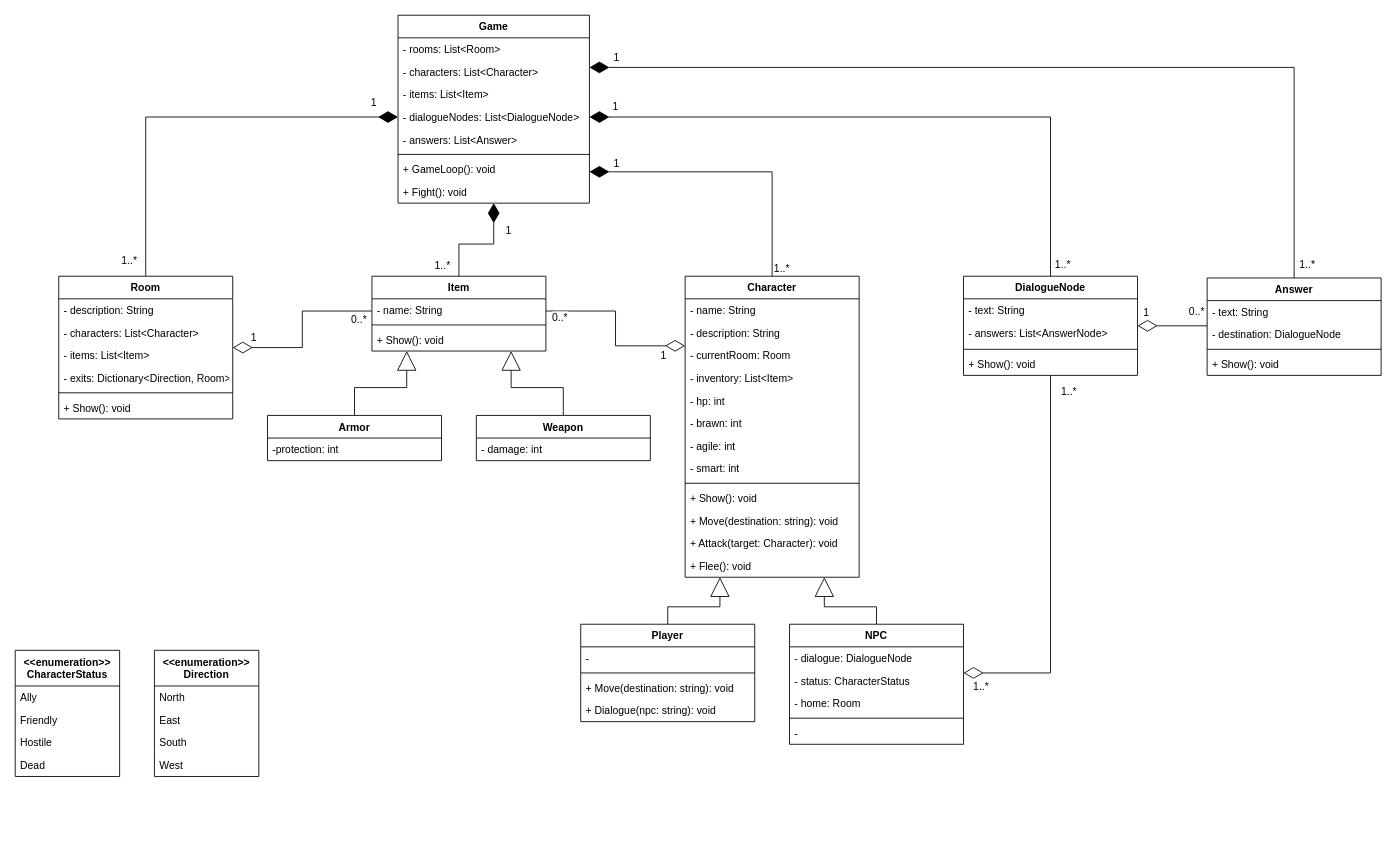
Before: page "Classes" (2 of 3) of Diagrams/Legends of Antir Diagrams.drawio in qogoist/LegendsOfAntir, a draw.io diagram. Source tidied: cells renumbered, new cells numbered last; positions are measured from the earlier drawing's top-left corner, leaving out a move shared by most shapes. Both pictures are drawn from the tidied source at 87%, with x=0, y=0 at pixel (15, 15).
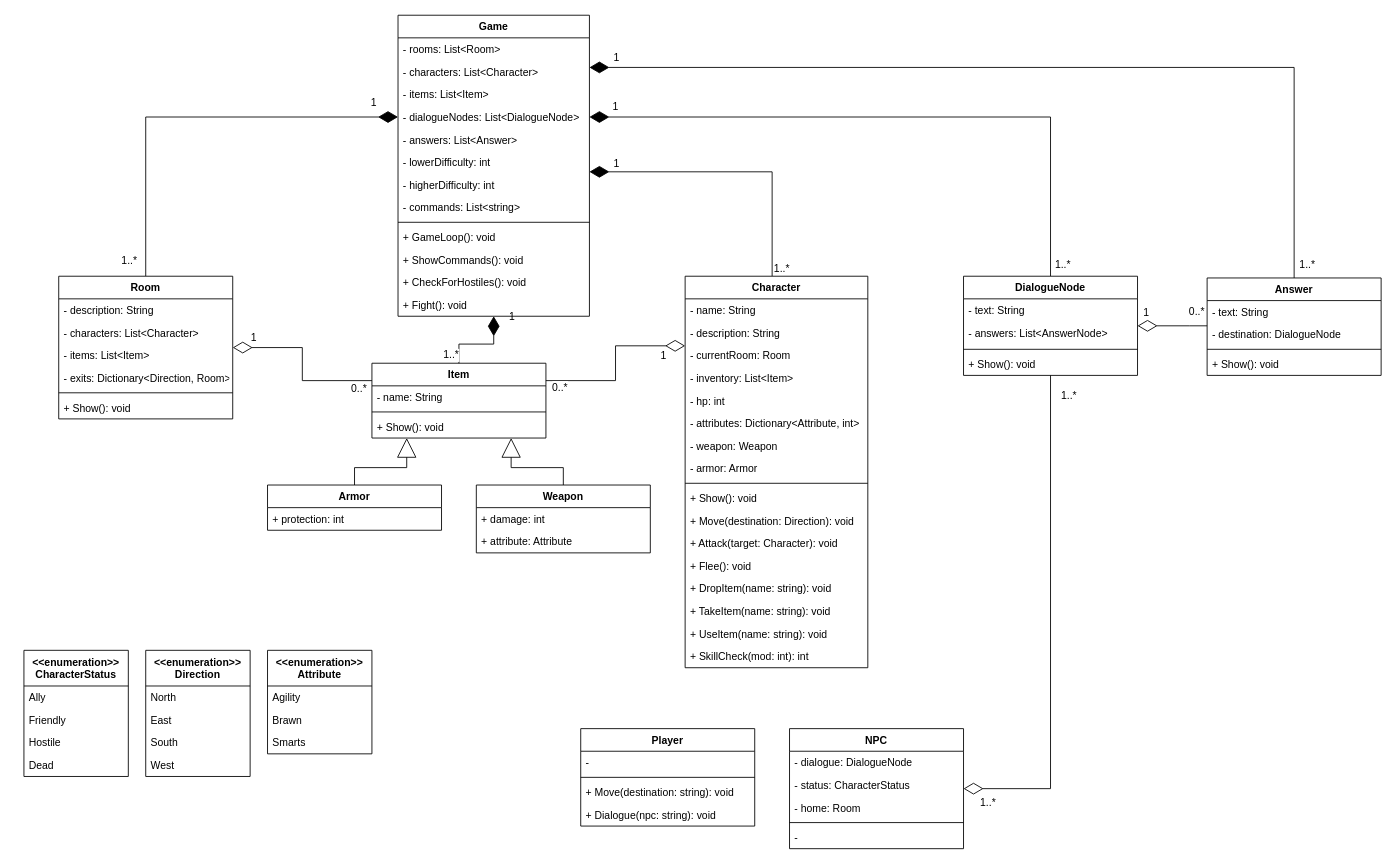
The same diagram, later.

The change refers to these unchanged cells:
```xml
<mxCell id="5" value="Room" style="swimlane;fontStyle=1;align=center;verticalAlign=top;horizontal=1;startSize=26;" parent="1" vertex="1">
  <mxGeometry x="50" y="300" width="200" height="164" as="geometry" />
</mxCell>
<mxCell id="42" value="DialogueNode" style="swimlane;fontStyle=1;align=center;verticalAlign=top;horizontal=1;startSize=26;" parent="1" vertex="1">
  <mxGeometry x="1090" y="300" width="200" height="114" as="geometry" />
</mxCell>
<mxCell id="58" style="edgeStyle=orthogonalEdgeStyle;rounded=0;jettySize=auto;html=1;endArrow=diamondThin;endFill=1;endSize=20;" parent="1" edge="1" source="67" target="71">
  <mxGeometry relative="1" as="geometry" />
</mxCell>
```

What changed in the source:
```diff
@@
     <mxCell id="15" value="Character" style="swimlane;fontStyle=1;align=center;verticalAlign=top;horizontal=1;startSize=26;" parent="1" vertex="1">
-      <mxGeometry x="770" y="300" width="200" height="346" as="geometry" />
+      <mxGeometry x="770" y="300" width="210" height="450" as="geometry" />
     </mxCell>
     <mxCell id="16" value="- name: String" style="text;strokeColor=none;fillColor=none;align=left;verticalAlign=top;spacingLeft=4;spacingRight=4;overflow=hidden;" parent="15" vertex="1">
-      <mxGeometry y="26" width="200" height="26" as="geometry" />
+      <mxGeometry y="26" width="210" height="26" as="geometry" />
     </mxCell>
     <mxCell id="17" value="- description: String" style="text;strokeColor=none;fillColor=none;align=left;verticalAlign=top;spacingLeft=4;spacingRight=4;overflow=hidden;" parent="15" vertex="1">
-      <mxGeometry y="52" width="200" height="26" as="geometry" />
+      <mxGeometry y="52" width="210" height="26" as="geometry" />
     </mxCell>
     <mxCell id="18" value="- currentRoom: Room" style="text;strokeColor=none;fillColor=none;align=left;verticalAlign=top;spacingLeft=4;spacingRight=4;overflow=hidden;" parent="15" vertex="1">
-      <mxGeometry y="78" width="200" height="26" as="geometry" />
+      <mxGeometry y="78" width="210" height="26" as="geometry" />
     </mxCell>
     <mxCell id="19" value="- inventory: List&lt;Item&gt;" style="text;strokeColor=none;fillColor=none;align=left;verticalAlign=top;spacingLeft=4;spacingRight=4;overflow=hidden;" parent="15" vertex="1">
-      <mxGeometry y="104" width="200" height="26" as="geometry" />
+      <mxGeometry y="104" width="210" height="26" as="geometry" />
     </mxCell>
     <mxCell id="20" value="- hp: int" style="text;strokeColor=none;fillColor=none;align=left;verticalAlign=top;spacingLeft=4;spacingRight=4;overflow=hidden;" parent="15" vertex="1">
-      <mxGeometry y="130" width="200" height="26" as="geometry" />
+      <mxGeometry y="130" width="210" height="26" as="geometry" />
     </mxCell>
-    <mxCell id="21" value="- brawn: int" style="text;strokeColor=none;fillColor=none;align=left;verticalAlign=top;spacingLeft=4;spacingRight=4;overflow=hidden;" parent="15" vertex="1">
-      <mxGeometry y="156" width="200" height="26" as="geometry" />
+    <mxCell id="21" value="- attributes: Dictionary&lt;Attribute, int&gt;" style="text;strokeColor=none;fillColor=none;align=left;verticalAlign=top;spacingLeft=4;spacingRight=4;overflow=hidden;" parent="15" vertex="1">
+      <mxGeometry y="156" width="210" height="26" as="geometry" />
     </mxCell>
-    <mxCell id="22" value="- agile: int" style="text;strokeColor=none;fillColor=none;align=left;verticalAlign=top;spacingLeft=4;spacingRight=4;overflow=hidden;" parent="15" vertex="1">
-      <mxGeometry y="182" width="200" height="26" as="geometry" />
+    <mxCell id="22" value="- weapon: Weapon" style="text;strokeColor=none;fillColor=none;align=left;verticalAlign=top;spacingLeft=4;spacingRight=4;overflow=hidden;" parent="15" vertex="1">
+      <mxGeometry y="182" width="210" height="26" as="geometry" />
     </mxCell>
-    <mxCell id="23" value="- smart: int" style="text;strokeColor=none;fillColor=none;align=left;verticalAlign=top;spacingLeft=4;spacingRight=4;overflow=hidden;" parent="15" vertex="1">
-      <mxGeometry y="208" width="200" height="26" as="geometry" />
+    <mxCell id="23" value="- armor: Armor" style="text;strokeColor=none;fillColor=none;align=left;verticalAlign=top;spacingLeft=4;spacingRight=4;overflow=hidden;" parent="15" vertex="1">
+      <mxGeometry y="208" width="210" height="26" as="geometry" />
     </mxCell>
     <mxCell id="24" style="line;strokeWidth=1;fillColor=none;align=left;verticalAlign=middle;spacingTop=-1;spacingLeft=3;spacingRight=3;labelPosition=right;" parent="15" vertex="1">
-      <mxGeometry y="234" width="200" height="8" as="geometry" />
+      <mxGeometry y="234" width="210" height="8" as="geometry" />
     </mxCell>
     <mxCell id="25" value="+ Show(): void" style="text;strokeColor=none;fillColor=none;align=left;verticalAlign=top;spacingLeft=4;spacingRight=4;overflow=hidden;" parent="15" vertex="1">
-      <mxGeometry y="242" width="200" height="26" as="geometry" />
+      <mxGeometry y="242" width="210" height="26" as="geometry" />
     </mxCell>
-    <mxCell id="26" value="+ Move(destination: string): void" style="text;strokeColor=none;fillColor=none;align=left;verticalAlign=top;spacingLeft=4;spacingRight=4;overflow=hidden;" parent="15" vertex="1">
-      <mxGeometry y="268" width="200" height="26" as="geometry" />
+    <mxCell id="26" value="+ Move(destination: Direction): void" style="text;strokeColor=none;fillColor=none;align=left;verticalAlign=top;spacingLeft=4;spacingRight=4;overflow=hidden;" parent="15" vertex="1">
+      <mxGeometry y="268" width="210" height="26" as="geometry" />
     </mxCell>
     <mxCell id="27" value="+ Attack(target: Character): void" style="text;strokeColor=none;fillColor=none;align=left;verticalAlign=top;spacingLeft=4;spacingRight=4;overflow=hidden;fontSize=12;" parent="15" vertex="1">
-      <mxGeometry y="294" width="200" height="26" as="geometry" />
+      <mxGeometry y="294" width="210" height="26" as="geometry" />
     </mxCell>
     <mxCell id="28" value="+ Flee(): void" style="text;strokeColor=none;fillColor=none;align=left;verticalAlign=top;spacingLeft=4;spacingRight=4;overflow=hidden;" parent="15" vertex="1">
-      <mxGeometry y="320" width="200" height="26" as="geometry" />
+      <mxGeometry y="320" width="210" height="26" as="geometry" />
     </mxCell>
-    <mxCell id="29" style="edgeStyle=orthogonalEdgeStyle;rounded=0;jettySize=auto;html=1;endArrow=block;endFill=0;endSize=20;" parent="1" edge="1" source="30" target="15">
-      <mxGeometry relative="1" as="geometry">
-        <Array as="points">
-          <mxPoint x="990" y="680" />
-          <mxPoint x="930" y="680" />
-        </Array>
-      </mxGeometry>
-    </mxCell>
+    <mxCell id="102" value="+ DropItem(name: string): void" style="text;strokeColor=none;fillColor=none;align=left;verticalAlign=top;spacingLeft=4;spacingRight=4;overflow=hidden;" parent="15" vertex="1">
+      <mxGeometry y="346" width="210" height="26" as="geometry" />
+    </mxCell>
+    <mxCell id="103" value="+ TakeItem(name: string): void" style="text;strokeColor=none;fillColor=none;align=left;verticalAlign=top;spacingLeft=4;spacingRight=4;overflow=hidden;" parent="15" vertex="1">
+      <mxGeometry y="372" width="210" height="26" as="geometry" />
+    </mxCell>
+    <mxCell id="104" value="+ UseItem(name: string): void" style="text;strokeColor=none;fillColor=none;align=left;verticalAlign=top;spacingLeft=4;spacingRight=4;overflow=hidden;" parent="15" vertex="1">
+      <mxGeometry y="398" width="210" height="26" as="geometry" />
+    </mxCell>
+    <mxCell id="105" value="+ SkillCheck(mod: int): int" style="text;strokeColor=none;fillColor=none;align=left;verticalAlign=top;spacingLeft=4;spacingRight=4;overflow=hidden;" parent="15" vertex="1">
+      <mxGeometry y="424" width="210" height="26" as="geometry" />
+    </mxCell>
     <mxCell id="30" value="NPC" style="swimlane;fontStyle=1;align=center;verticalAlign=top;horizontal=1;startSize=26;" parent="1" vertex="1">
-      <mxGeometry x="890" y="700" width="200" height="138" as="geometry" />
+      <mxGeometry x="890" y="820" width="200" height="138" as="geometry" />
     </mxCell>
@@
     <mxCell id="36" style="edgeStyle=orthogonalEdgeStyle;rounded=0;jettySize=auto;html=1;endArrow=diamondThin;endFill=0;endSize=20;" parent="1" edge="1" source="42" target="30">
       <mxGeometry relative="1" as="geometry">
         <Array as="points">
-          <mxPoint x="1190" y="756" />
+          <mxPoint x="1190" y="889" />
         </Array>
       </mxGeometry>
     </mxCell>
@@
     <mxCell id="59" value="1" style="text;html=1;align=center;verticalAlign=middle;labelBackgroundColor=#ffffff;" parent="58" vertex="1">
       <mxGeometry x="-0.24" y="-2" relative="1" as="geometry">
-        <mxPoint x="46.5" y="-18" as="offset" />
+        <mxPoint x="46.5" y="-34" as="offset" />
       </mxGeometry>
     </mxCell>
     <mxCell id="60" value="1..*" style="text;html=1;align=center;verticalAlign=middle;labelBackgroundColor=#ffffff;" parent="58" vertex="1">
       <mxGeometry x="-0.72" y="-2" relative="1" as="geometry">
-        <mxPoint x="-22" y="4.2" as="offset" />
+        <mxPoint x="-12" y="3.1" as="offset" />
       </mxGeometry>
     </mxCell>
     <mxCell id="61" style="edgeStyle=orthogonalEdgeStyle;rounded=0;jettySize=auto;html=1;endArrow=diamondThin;endFill=0;endSize=20;" parent="1" edge="1" source="67" target="5">
       <mxGeometry relative="1" as="geometry">
         <Array as="points">
-          <mxPoint x="330" y="340" />
+          <mxPoint x="330" y="420" />
           <mxPoint x="330" y="382" />
         </Array>
       </mxGeometry>
     </mxCell>
@@
     <mxCell id="64" style="edgeStyle=orthogonalEdgeStyle;rounded=0;jettySize=auto;html=1;endArrow=diamondThin;endFill=0;endSize=20;" parent="1" edge="1" source="67" target="15">
       <mxGeometry relative="1" as="geometry">
         <Array as="points">
-          <mxPoint x="690" y="340" />
+          <mxPoint x="690" y="420" />
           <mxPoint x="690" y="380" />
         </Array>
       </mxGeometry>
     </mxCell>
@@
     <mxCell id="67" value="Item" style="swimlane;fontStyle=1;align=center;verticalAlign=top;horizontal=1;startSize=26;fillColor=none;" parent="1" vertex="1">
-      <mxGeometry x="410" y="300" width="200" height="86" as="geometry" />
+      <mxGeometry x="410" y="400" width="200" height="86" as="geometry" />
     </mxCell>
@@
     <mxCell id="71" value="Game" style="swimlane;fontStyle=1;align=center;verticalAlign=top;horizontal=1;startSize=26;fillColor=none;" parent="1" vertex="1">
-      <mxGeometry x="440" width="220" height="216" as="geometry" />
+      <mxGeometry x="440" width="220" height="346" as="geometry" />
     </mxCell>
@@
+    <mxCell id="106" value="- lowerDifficulty: int" style="text;strokeColor=none;fillColor=none;align=left;verticalAlign=top;spacingLeft=4;spacingRight=4;overflow=hidden;" parent="71" vertex="1">
+      <mxGeometry y="156" width="220" height="26" as="geometry" />
+    </mxCell>
+    <mxCell id="107" value="- higherDifficulty: int" style="text;strokeColor=none;fillColor=none;align=left;verticalAlign=top;spacingLeft=4;spacingRight=4;overflow=hidden;" parent="71" vertex="1">
+      <mxGeometry y="182" width="220" height="26" as="geometry" />
+    </mxCell>
+    <mxCell id="108" value="- commands: List&lt;string&gt;" style="text;strokeColor=none;fillColor=none;align=left;verticalAlign=top;spacingLeft=4;spacingRight=4;overflow=hidden;" parent="71" vertex="1">
+      <mxGeometry y="208" width="220" height="26" as="geometry" />
+    </mxCell>
     <mxCell id="77" style="line;strokeWidth=1;fillColor=none;align=left;verticalAlign=middle;spacingTop=-1;spacingLeft=3;spacingRight=3;labelPosition=right;" parent="71" vertex="1">
-      <mxGeometry y="156" width="220" height="8" as="geometry" />
+      <mxGeometry y="234" width="220" height="8" as="geometry" />
     </mxCell>
     <mxCell id="78" value="+ GameLoop(): void" style="text;strokeColor=none;fillColor=none;align=left;verticalAlign=top;spacingLeft=4;spacingRight=4;overflow=hidden;" parent="71" vertex="1">
-      <mxGeometry y="164" width="220" height="26" as="geometry" />
+      <mxGeometry y="242" width="220" height="26" as="geometry" />
     </mxCell>
+    <mxCell id="109" value="+ ShowCommands(): void" style="text;strokeColor=none;fillColor=none;align=left;verticalAlign=top;spacingLeft=4;spacingRight=4;overflow=hidden;" parent="71" vertex="1">
+      <mxGeometry y="268" width="220" height="26" as="geometry" />
+    </mxCell>
+    <mxCell id="110" value="+ CheckForHostiles(): void" style="text;strokeColor=none;fillColor=none;align=left;verticalAlign=top;spacingLeft=4;spacingRight=4;overflow=hidden;" parent="71" vertex="1">
+      <mxGeometry y="294" width="220" height="26" as="geometry" />
+    </mxCell>
     <mxCell id="79" value="+ Fight(): void" style="text;strokeColor=none;fillColor=none;align=left;verticalAlign=top;spacingLeft=4;spacingRight=4;overflow=hidden;" parent="71" vertex="1">
-      <mxGeometry y="190" width="220" height="26" as="geometry" />
+      <mxGeometry y="320" width="220" height="26" as="geometry" />
     </mxCell>
-    <mxCell id="80" style="edgeStyle=orthogonalEdgeStyle;rounded=0;jettySize=auto;html=1;endArrow=block;endFill=0;endSize=20;" parent="1" edge="1" source="81" target="15">
-      <mxGeometry relative="1" as="geometry">
-        <Array as="points">
-          <mxPoint x="750" y="680" />
-          <mxPoint x="810" y="680" />
-        </Array>
-      </mxGeometry>
-    </mxCell>
     <mxCell id="81" value="Player" style="swimlane;fontStyle=1;align=center;verticalAlign=top;horizontal=1;startSize=26;fillColor=none;" parent="1" vertex="1">
-      <mxGeometry x="650" y="700" width="200" height="112" as="geometry" />
+      <mxGeometry x="650" y="820" width="200" height="112" as="geometry" />
     </mxCell>
@@
     <mxCell id="86" value="&lt;&lt;enumeration&gt;&gt;&#10;CharacterStatus" style="swimlane;fontStyle=1;horizontal=1;startSize=41;fillColor=none;" parent="1" vertex="1">
-      <mxGeometry y="730" width="120" height="145" as="geometry" />
+      <mxGeometry x="10" y="730" width="120" height="145" as="geometry" />
     </mxCell>
@@
     <mxCell id="91" value="&lt;&lt;enumeration&gt;&gt;&#10;Direction" style="swimlane;fontStyle=1;horizontal=1;startSize=41;fillColor=none;" parent="1" vertex="1">
-      <mxGeometry x="160" y="730" width="120" height="145" as="geometry" />
+      <mxGeometry x="150" y="730" width="120" height="145" as="geometry" />
     </mxCell>
@@
     <mxCell id="96" style="edgeStyle=orthogonalEdgeStyle;rounded=0;jettySize=auto;html=1;endArrow=block;endFill=0;endSize=20;" parent="1" edge="1" source="97" target="67">
       <mxGeometry relative="1" as="geometry">
         <Array as="points">
-          <mxPoint x="390" y="428" />
-          <mxPoint x="450" y="428" />
+          <mxPoint x="390" y="520" />
+          <mxPoint x="450" y="520" />
         </Array>
       </mxGeometry>
     </mxCell>
     <mxCell id="97" value="Armor" style="swimlane;fontStyle=1;align=center;verticalAlign=top;horizontal=1;startSize=26;fillColor=none;" parent="1" vertex="1">
-      <mxGeometry x="290" y="460" width="200" height="52" as="geometry" />
+      <mxGeometry x="290" y="540" width="200" height="52" as="geometry" />
     </mxCell>
-    <mxCell id="98" value="-protection: int" style="text;strokeColor=none;fillColor=none;align=left;verticalAlign=top;spacingLeft=4;spacingRight=4;overflow=hidden;" parent="97" vertex="1">
+    <mxCell id="98" value="+ protection: int" style="text;strokeColor=none;fillColor=none;align=left;verticalAlign=top;spacingLeft=4;spacingRight=4;overflow=hidden;" parent="97" vertex="1">
       <mxGeometry y="26" width="200" height="26" as="geometry" />
     </mxCell>
     <mxCell id="99" style="edgeStyle=orthogonalEdgeStyle;rounded=0;jettySize=auto;html=1;endArrow=block;endFill=0;endSize=20;" parent="1" edge="1" source="100" target="67">
       <mxGeometry relative="1" as="geometry">
         <Array as="points">
-          <mxPoint x="630" y="428" />
-          <mxPoint x="570" y="428" />
+          <mxPoint x="630" y="520" />
+          <mxPoint x="570" y="520" />
         </Array>
       </mxGeometry>
     </mxCell>
     <mxCell id="100" value="Weapon" style="swimlane;fontStyle=1;align=center;verticalAlign=top;horizontal=1;startSize=26;fillColor=none;" parent="1" vertex="1">
-      <mxGeometry x="530" y="460" width="200" height="52" as="geometry" />
+      <mxGeometry x="530" y="540" width="200" height="78" as="geometry" />
     </mxCell>
-    <mxCell id="101" value="- damage: int" style="text;strokeColor=none;fillColor=none;align=left;verticalAlign=top;spacingLeft=4;spacingRight=4;overflow=hidden;" parent="100" vertex="1">
+    <mxCell id="101" value="+ damage: int" style="text;strokeColor=none;fillColor=none;align=left;verticalAlign=top;spacingLeft=4;spacingRight=4;overflow=hidden;" parent="100" vertex="1">
       <mxGeometry y="26" width="200" height="26" as="geometry" />
     </mxCell>
+    <mxCell id="111" value="+ attribute: Attribute" style="text;strokeColor=none;fillColor=none;align=left;verticalAlign=top;spacingLeft=4;spacingRight=4;overflow=hidden;" parent="100" vertex="1">
+      <mxGeometry y="52" width="200" height="26" as="geometry" />
+    </mxCell>
+    <mxCell id="112" value="&lt;&lt;enumeration&gt;&gt;&#10;Attribute" style="swimlane;fontStyle=1;horizontal=1;startSize=41;fillColor=none;" parent="1" vertex="1">
+      <mxGeometry x="290" y="730" width="120" height="119" as="geometry" />
+    </mxCell>
+    <mxCell id="113" value="Agility" style="text;strokeColor=none;fillColor=none;align=left;verticalAlign=top;spacingLeft=4;spacingRight=4;overflow=hidden;" parent="112" vertex="1">
+      <mxGeometry y="41" width="120" height="26" as="geometry" />
+    </mxCell>
+    <mxCell id="114" value="Brawn" style="text;strokeColor=none;fillColor=none;align=left;verticalAlign=top;spacingLeft=4;spacingRight=4;overflow=hidden;" parent="112" vertex="1">
+      <mxGeometry y="67" width="120" height="26" as="geometry" />
+    </mxCell>
+    <mxCell id="115" value="Smarts" style="text;strokeColor=none;fillColor=none;align=left;verticalAlign=top;spacingLeft=4;spacingRight=4;overflow=hidden;" parent="112" vertex="1">
+      <mxGeometry y="93" width="120" height="26" as="geometry" />
+    </mxCell>
```
